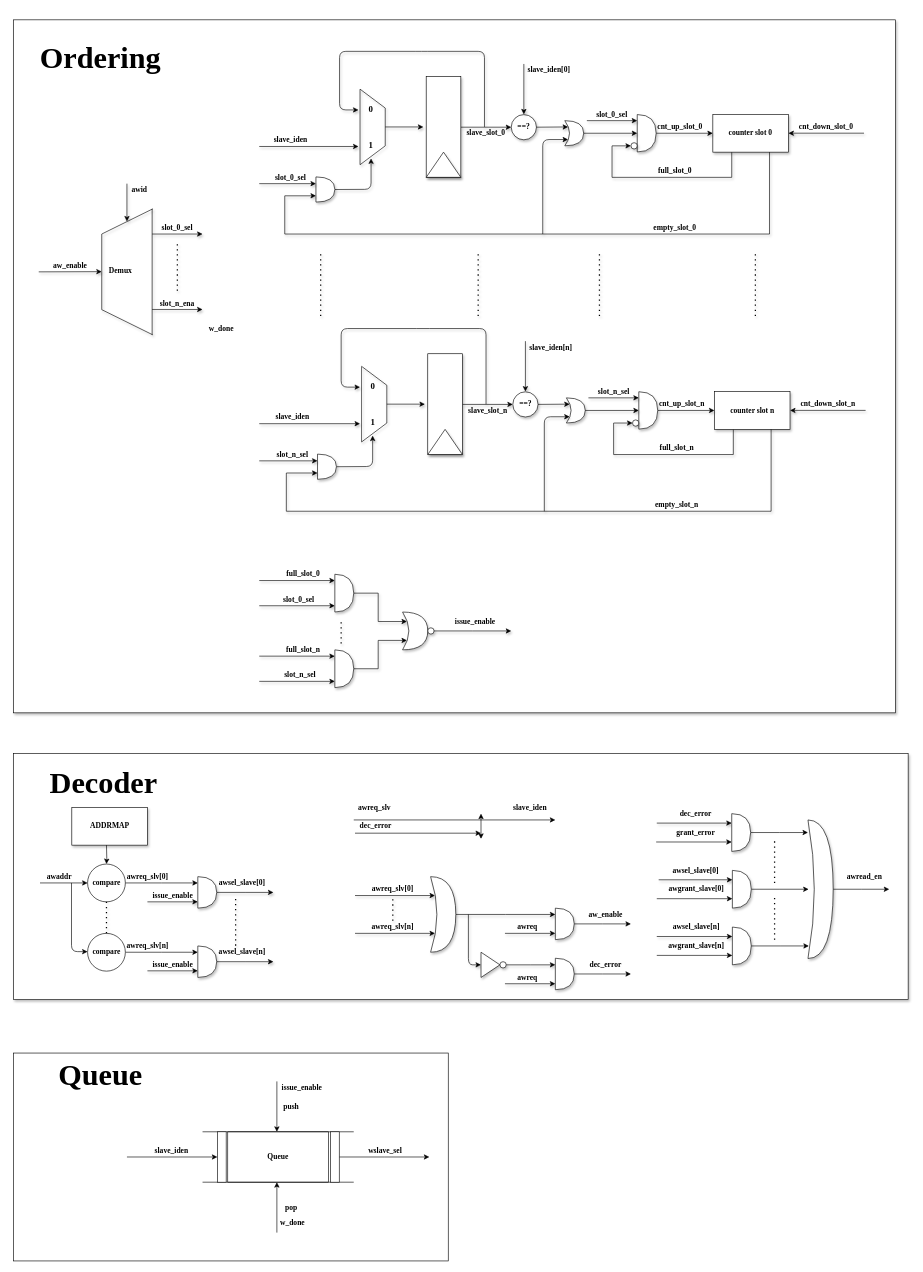
The draw.io diagram page "Decode & Ordering" (2 of 4) of VG_AxiBus/Doc/Interfaces.drawio in nguyenquanicd/VG_RTL, before the edit. Source tidied: cells renumbered, new cells numbered last; positions are measured from the earlier drawing's top-left corner, leaving out a move shared by most shapes. Both pictures are drawn from the tidied source at 63%, with x=0, y=0 at pixel (13, 20).
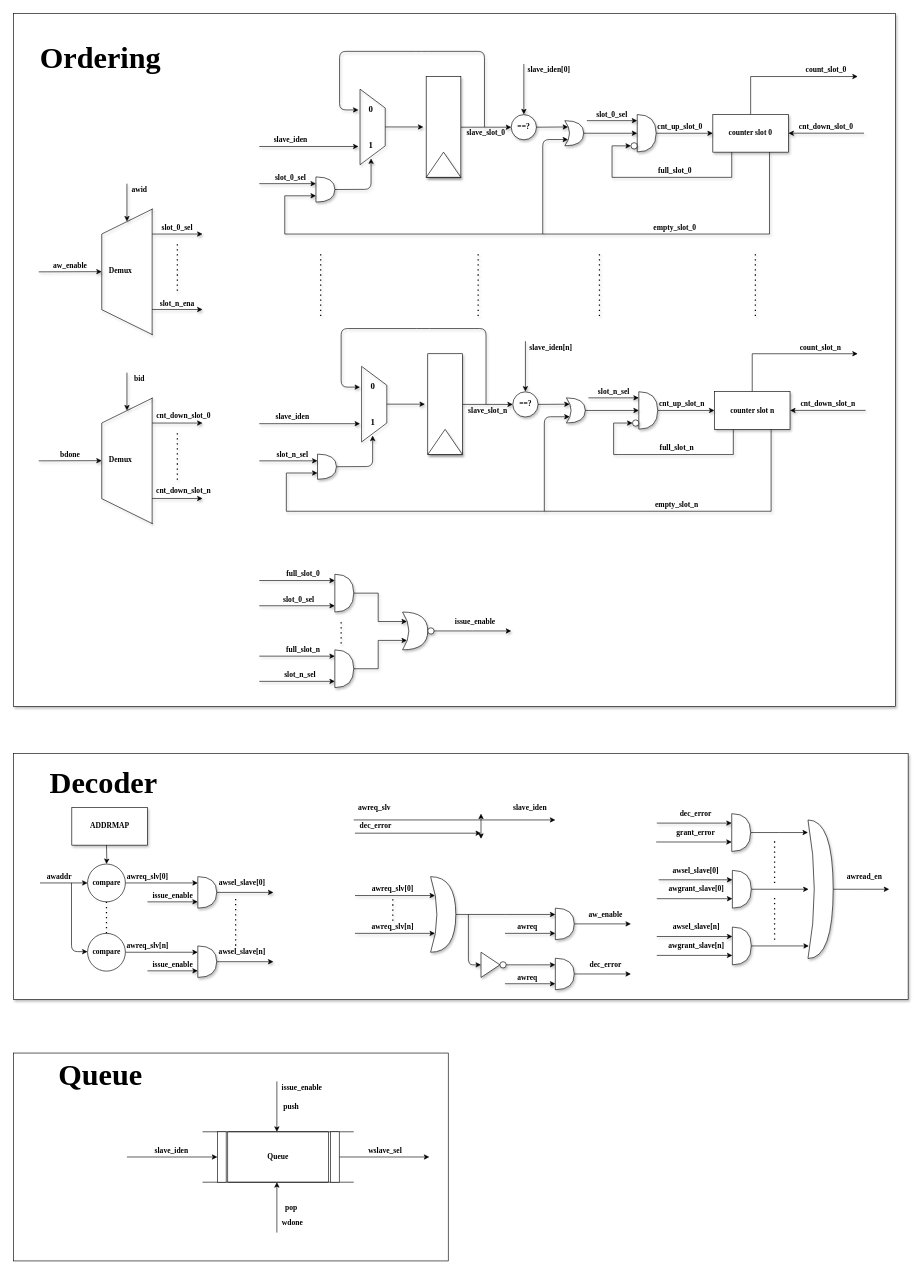
The same diagram, later.

Unchanged cells that the change refers to:
```xml
<mxCell id="4" value="&lt;font face=&quot;Times New Roman&quot;&gt;&lt;b&gt;counter slot 0&lt;/b&gt;&lt;/font&gt;" style="rounded=0;whiteSpace=wrap;html=1;shadow=1;" parent="1" vertex="1">
  <mxGeometry x="1110" y="150" width="120" height="60" as="geometry" />
</mxCell>
<mxCell id="60" value="&lt;font face=&quot;Times New Roman&quot;&gt;&lt;b&gt;counter slot n&lt;/b&gt;&lt;/font&gt;" style="rounded=0;whiteSpace=wrap;html=1;shadow=1;" parent="1" vertex="1">
  <mxGeometry x="1112.5" y="590" width="120" height="60" as="geometry" />
</mxCell>
```

The edit, as a diff of the source:
```diff
@@
     <mxCell id="2" style="rounded=0;whiteSpace=wrap;html=1;shadow=1;" parent="1" vertex="1">
-      <mxGeometry width="1400" height="1100" as="geometry" />
+      <mxGeometry y="-10" width="1400" height="1100" as="geometry" />
     </mxCell>
@@
+    <mxCell id="208" style="edgeStyle=orthogonalEdgeStyle;rounded=0;jettySize=auto;html=1;" parent="1" edge="1" source="4">
+      <mxGeometry relative="1" as="geometry">
+        <mxPoint x="1340" y="90" as="targetPoint" />
+        <Array as="points">
+          <mxPoint x="1170" y="90" />
+        </Array>
+      </mxGeometry>
+    </mxCell>
@@
+    <mxCell id="209" style="edgeStyle=orthogonalEdgeStyle;rounded=0;jettySize=auto;html=1;" parent="1" edge="1" source="60">
+      <mxGeometry relative="1" as="geometry">
+        <mxPoint x="1340" y="530" as="targetPoint" />
+        <Array as="points">
+          <mxPoint x="1173" y="530" />
+        </Array>
+      </mxGeometry>
+    </mxCell>
@@
-    <mxCell id="177" value="&lt;b&gt;&lt;font face=&quot;Times New Roman&quot;&gt;w_done&lt;/font&gt;&lt;/b&gt;" style="text;html=1;strokeColor=none;fillColor=none;align=center;verticalAlign=middle;whiteSpace=wrap;rounded=0;" parent="1" vertex="1">
-      <mxGeometry x="310" y="480" width="40" height="20" as="geometry" />
-    </mxCell>
-    <mxCell id="178" value="&lt;b&gt;&lt;font face=&quot;Times New Roman&quot;&gt;w_done&lt;/font&gt;&lt;/b&gt;" style="text;html=1;strokeColor=none;fillColor=none;align=center;verticalAlign=middle;whiteSpace=wrap;rounded=0;" parent="1" vertex="1">
+    <mxCell id="178" value="&lt;b&gt;&lt;font face=&quot;Times New Roman&quot;&gt;wdone&lt;/font&gt;&lt;/b&gt;" style="text;html=1;strokeColor=none;fillColor=none;align=center;verticalAlign=middle;whiteSpace=wrap;rounded=0;" parent="1" vertex="1">
       <mxGeometry x="422.5" y="1900" width="40" height="20" as="geometry" />
     </mxCell>
@@
+    <mxCell id="210" value="&lt;font face=&quot;Times New Roman&quot;&gt;&lt;b&gt;count_slot_0&lt;/b&gt;&lt;/font&gt;" style="text;html=1;strokeColor=none;fillColor=none;align=center;verticalAlign=middle;whiteSpace=wrap;rounded=0;shadow=1;" parent="1" vertex="1">
+      <mxGeometry x="1270" y="70" width="40" height="20" as="geometry" />
+    </mxCell>
+    <mxCell id="211" value="&lt;font face=&quot;Times New Roman&quot;&gt;&lt;b&gt;count_slot_n&lt;/b&gt;&lt;/font&gt;" style="text;html=1;strokeColor=none;fillColor=none;align=center;verticalAlign=middle;whiteSpace=wrap;rounded=0;shadow=1;" parent="1" vertex="1">
+      <mxGeometry x="1261" y="510" width="40" height="20" as="geometry" />
+    </mxCell>
+    <mxCell id="212" style="endArrow=none;html=1;shadow=1;strokeColor=#000000;fillColor=#004C99;" parent="1" edge="1">
+      <mxGeometry relative="1" as="geometry">
+        <mxPoint x="221" y="600" as="sourcePoint" />
+        <mxPoint x="140" y="640" as="targetPoint" />
+      </mxGeometry>
+    </mxCell>
+    <mxCell id="213" style="endArrow=none;html=1;shadow=1;strokeColor=#000000;fillColor=#004C99;" parent="1" edge="1">
+      <mxGeometry relative="1" as="geometry">
+        <mxPoint x="140" y="760" as="sourcePoint" />
+        <mxPoint x="221" y="800" as="targetPoint" />
+      </mxGeometry>
+    </mxCell>
+    <mxCell id="214" style="endArrow=none;html=1;shadow=1;strokeColor=#000000;fillColor=#004C99;" parent="1" edge="1">
+      <mxGeometry relative="1" as="geometry">
+        <mxPoint x="220" y="800" as="sourcePoint" />
+        <mxPoint x="220" y="600" as="targetPoint" />
+      </mxGeometry>
+    </mxCell>
+    <mxCell id="215" style="endArrow=none;html=1;shadow=1;strokeColor=#000000;fillColor=#004C99;" parent="1" edge="1">
+      <mxGeometry relative="1" as="geometry">
+        <mxPoint x="140" y="760" as="sourcePoint" />
+        <mxPoint x="140" y="640" as="targetPoint" />
+      </mxGeometry>
+    </mxCell>
+    <mxCell id="216" value="&lt;font face=&quot;Times New Roman&quot;&gt;&lt;b&gt;Demux&lt;br&gt;&lt;br&gt;&lt;/b&gt;&lt;/font&gt;" style="text;html=1;strokeColor=none;fillColor=none;align=center;verticalAlign=middle;whiteSpace=wrap;rounded=0;shadow=1;" parent="1" vertex="1">
+      <mxGeometry x="150" y="700" width="40" height="10" as="geometry" />
+    </mxCell>
+    <mxCell id="217" style="endArrow=classic;html=1;shadow=1;strokeColor=#000000;fillColor=#004C99;" parent="1" edge="1">
+      <mxGeometry relative="1" as="geometry">
+        <mxPoint x="180" y="560" as="sourcePoint" />
+        <mxPoint x="180" y="620" as="targetPoint" />
+      </mxGeometry>
+    </mxCell>
+    <mxCell id="218" style="endArrow=classic;html=1;shadow=1;strokeColor=#000000;fillColor=#004C99;" parent="1" edge="1">
+      <mxGeometry relative="1" as="geometry">
+        <mxPoint x="40" y="700" as="sourcePoint" />
+        <mxPoint x="140" y="699.7" as="targetPoint" />
+      </mxGeometry>
+    </mxCell>
+    <mxCell id="219" style="endArrow=classic;html=1;shadow=1;strokeColor=#000000;fillColor=#004C99;" parent="1" edge="1">
+      <mxGeometry relative="1" as="geometry">
+        <mxPoint x="220" y="640" as="sourcePoint" />
+        <mxPoint x="300" y="640" as="targetPoint" />
+      </mxGeometry>
+    </mxCell>
+    <mxCell id="220" style="endArrow=classic;html=1;shadow=1;strokeColor=#000000;fillColor=#004C99;" parent="1" edge="1">
+      <mxGeometry relative="1" as="geometry">
+        <mxPoint x="220" y="759.7" as="sourcePoint" />
+        <mxPoint x="300" y="759.7" as="targetPoint" />
+      </mxGeometry>
+    </mxCell>
+    <mxCell id="221" style="endArrow=none;dashed=1;html=1;dashPattern=1 3;strokeWidth=2;shadow=1;fillColor=#004C99;" parent="1" edge="1">
+      <mxGeometry relative="1" as="geometry">
+        <mxPoint x="260" y="730" as="sourcePoint" />
+        <mxPoint x="260" y="650" as="targetPoint" />
+      </mxGeometry>
+    </mxCell>
+    <mxCell id="222" value="&lt;font face=&quot;Times New Roman&quot;&gt;&lt;b&gt;bdone&lt;/b&gt;&lt;/font&gt;" style="text;html=1;strokeColor=none;fillColor=none;align=center;verticalAlign=middle;whiteSpace=wrap;rounded=0;shadow=1;" parent="1" vertex="1">
+      <mxGeometry x="70" y="680" width="40" height="20" as="geometry" />
+    </mxCell>
+    <mxCell id="223" value="&lt;font face=&quot;Times New Roman&quot;&gt;&lt;b&gt;bid&lt;/b&gt;&lt;/font&gt;" style="text;html=1;strokeColor=none;fillColor=none;align=center;verticalAlign=middle;whiteSpace=wrap;rounded=0;shadow=1;" parent="1" vertex="1">
+      <mxGeometry x="180" y="560" width="40" height="20" as="geometry" />
+    </mxCell>
+    <mxCell id="224" value="&lt;font face=&quot;Times New Roman&quot;&gt;&lt;b&gt;cnt_down_slot_0&lt;/b&gt;&lt;/font&gt;" style="text;html=1;strokeColor=none;fillColor=none;align=center;verticalAlign=middle;whiteSpace=wrap;rounded=0;shadow=1;" parent="1" vertex="1">
+      <mxGeometry x="250" y="618.2" width="40" height="20" as="geometry" />
+    </mxCell>
+    <mxCell id="225" value="&lt;font face=&quot;Times New Roman&quot;&gt;&lt;b&gt;cnt_down_slot_n&lt;/b&gt;&lt;/font&gt;" style="text;html=1;strokeColor=none;fillColor=none;align=center;verticalAlign=middle;whiteSpace=wrap;rounded=0;shadow=1;" parent="1" vertex="1">
+      <mxGeometry x="250" y="736.7" width="40" height="20" as="geometry" />
+    </mxCell>
```
